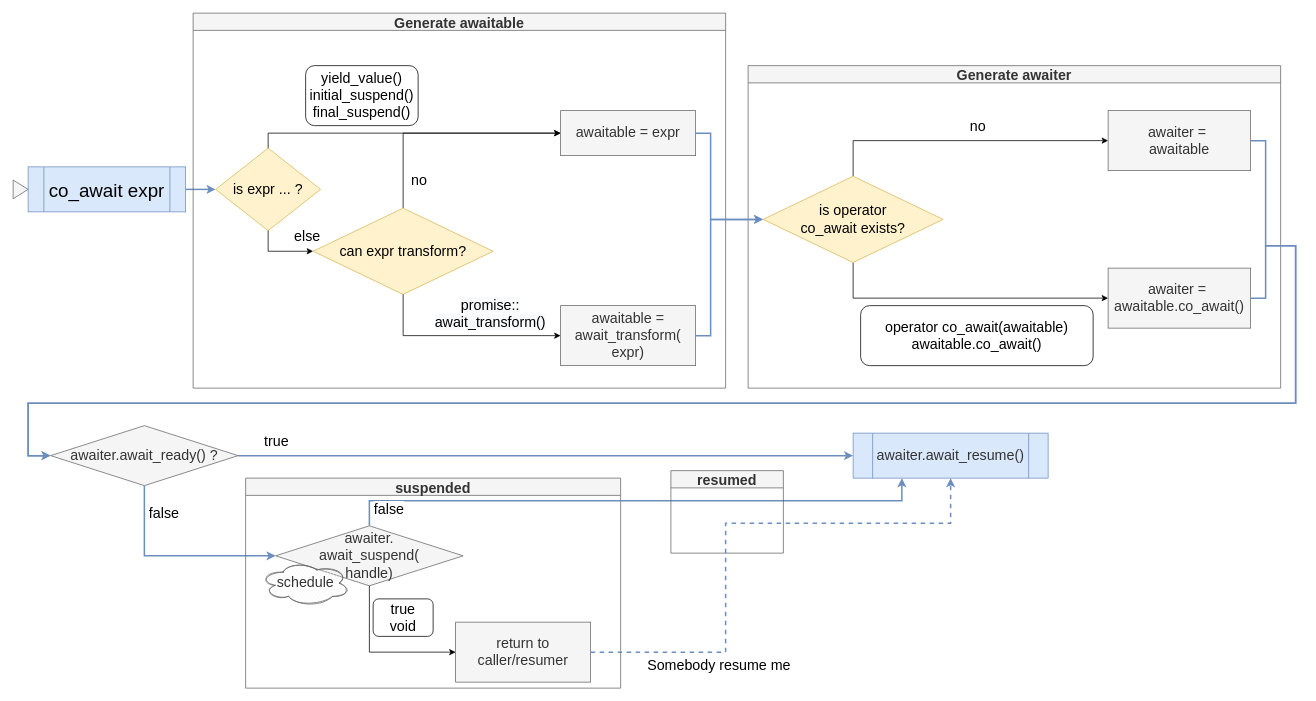
Above: 2021/11/18/C-20-Coroutine/co_await.drawio in Codesire-Deng/Codesire-Deng.github.io (draw.io), before the change. Source tidied: cells renumbered, new cells numbered last; positions are measured from the earlier drawing's top-left corner, leaving out a move shared by most shapes. Both pictures are drawn from the tidied source at 75%, with x=0, y=0 at pixel (13, 13).
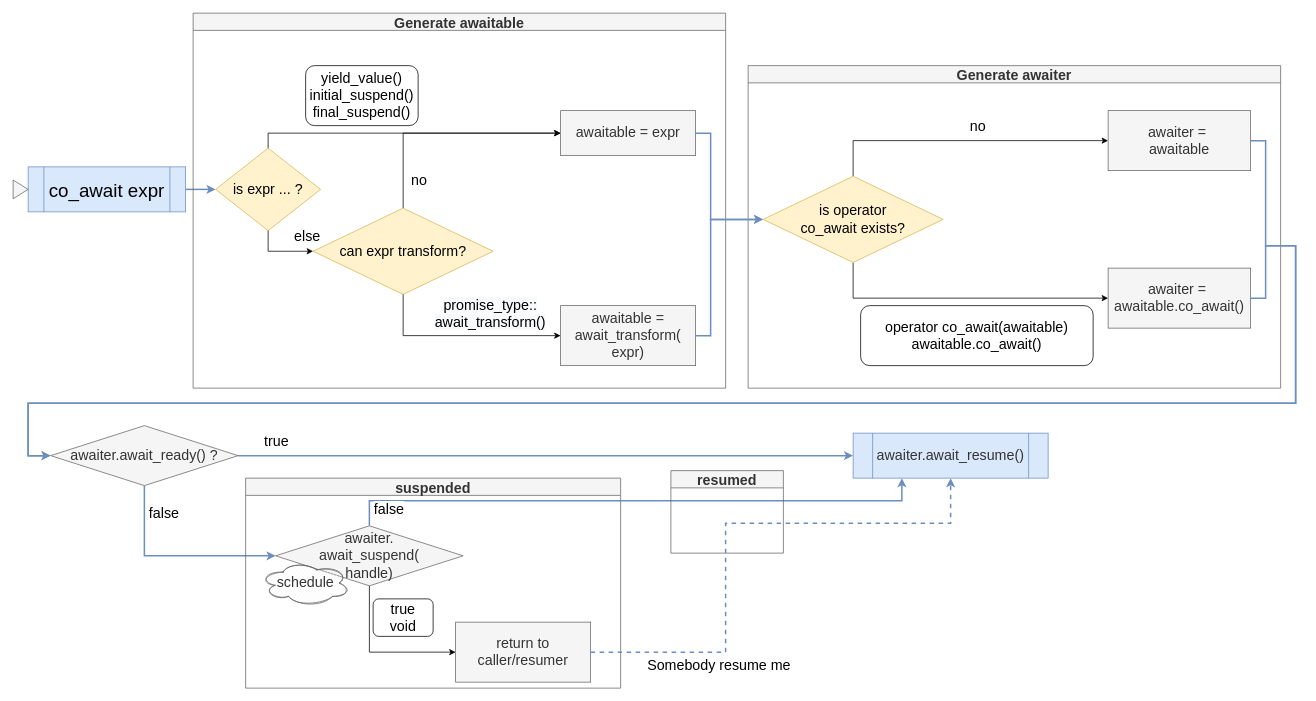
After the change.

Unchanged cells that the change refers to:
```xml
<mxCell id="13" style="edgeStyle=orthogonalEdgeStyle;rounded=0;jettySize=auto;html=1;exitX=0.5;exitY=1;exitDx=0;exitDy=0;entryX=0;entryY=0.5;entryDx=0;entryDy=0;fontSize=19;" parent="5" edge="1" source="11" target="12">
  <mxGeometry relative="1" as="geometry" />
</mxCell>
```

Diff of the diagram source:
```diff
@@
-    <mxCell id="14" value="&lt;span style=&quot;background-color: rgb(248 , 249 , 250)&quot;&gt;promise::&lt;/span&gt;&lt;br style=&quot;background-color: rgb(248 , 249 , 250)&quot;&gt;&lt;span style=&quot;background-color: rgb(248 , 249 , 250)&quot;&gt;await_transform()&lt;/span&gt;" style="edgeLabel;html=1;align=center;verticalAlign=middle;fontSize=19;" parent="13" vertex="1">
+    <mxCell id="14" value="&lt;span style=&quot;background-color: rgb(248 , 249 , 250)&quot;&gt;promise_type::&lt;/span&gt;&lt;br style=&quot;background-color: rgb(248 , 249 , 250)&quot;&gt;&lt;span style=&quot;background-color: rgb(248 , 249 , 250)&quot;&gt;await_transform()&lt;/span&gt;" style="edgeLabel;html=1;align=center;verticalAlign=middle;fontSize=19;" parent="13" vertex="1">
       <mxGeometry x="0.58" y="-1" relative="1" as="geometry">
         <mxPoint x="-39" y="-31" as="offset" />
       </mxGeometry>
     </mxCell>
```
